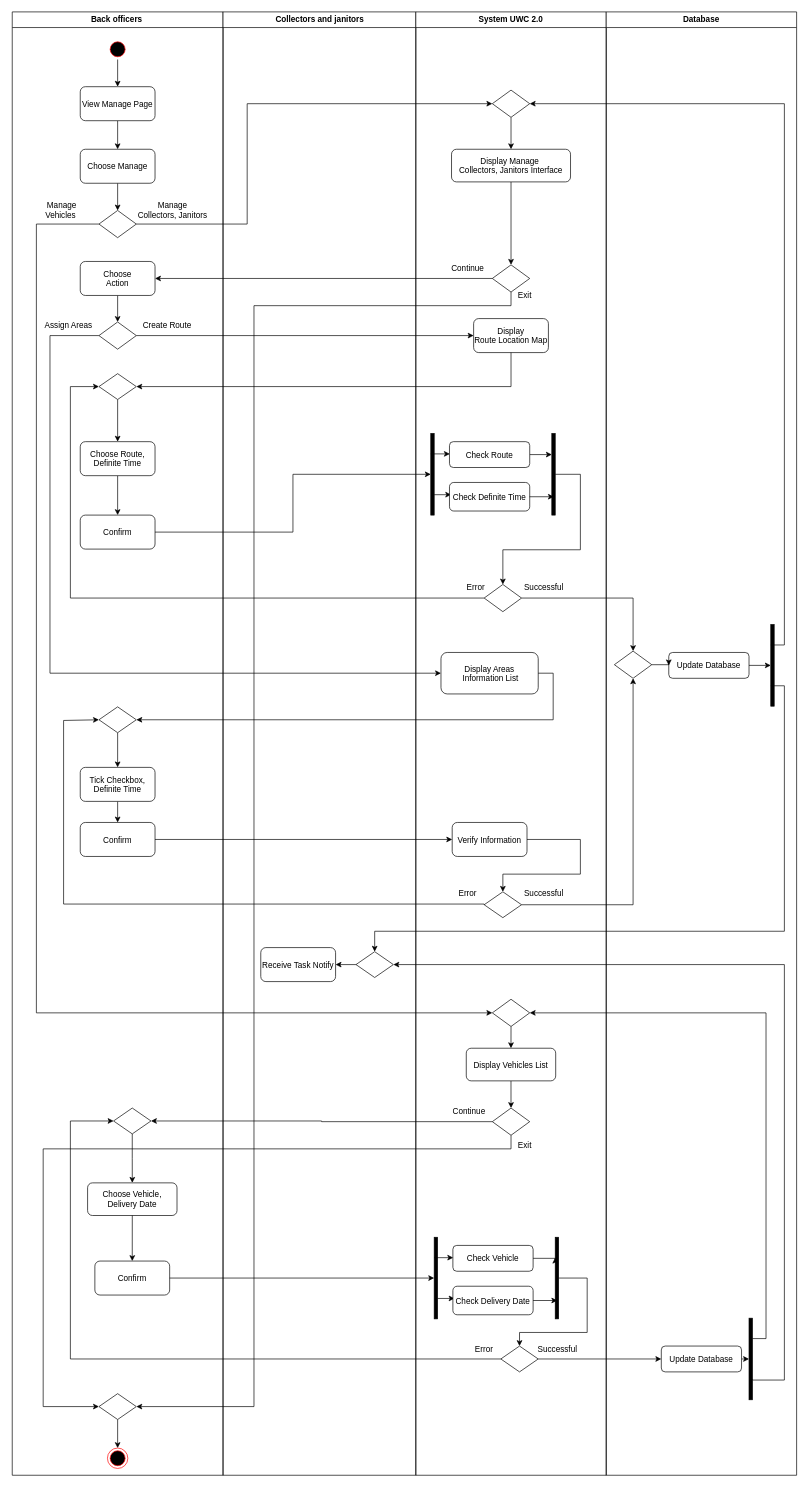
The draw.io diagram Task 2/2.1/Activity-Diagram-Task-Assignment.drawio in astr0tas/SE-with-Da-Bois---UWC-2.0, before the edit. Source tidied: cells renumbered, new cells numbered last; positions are measured from the earlier drawing's top-left corner, leaving out a move shared by most shapes. Both pictures are drawn from the tidied source at 68%, with x=0, y=0 at pixel (12, 12).
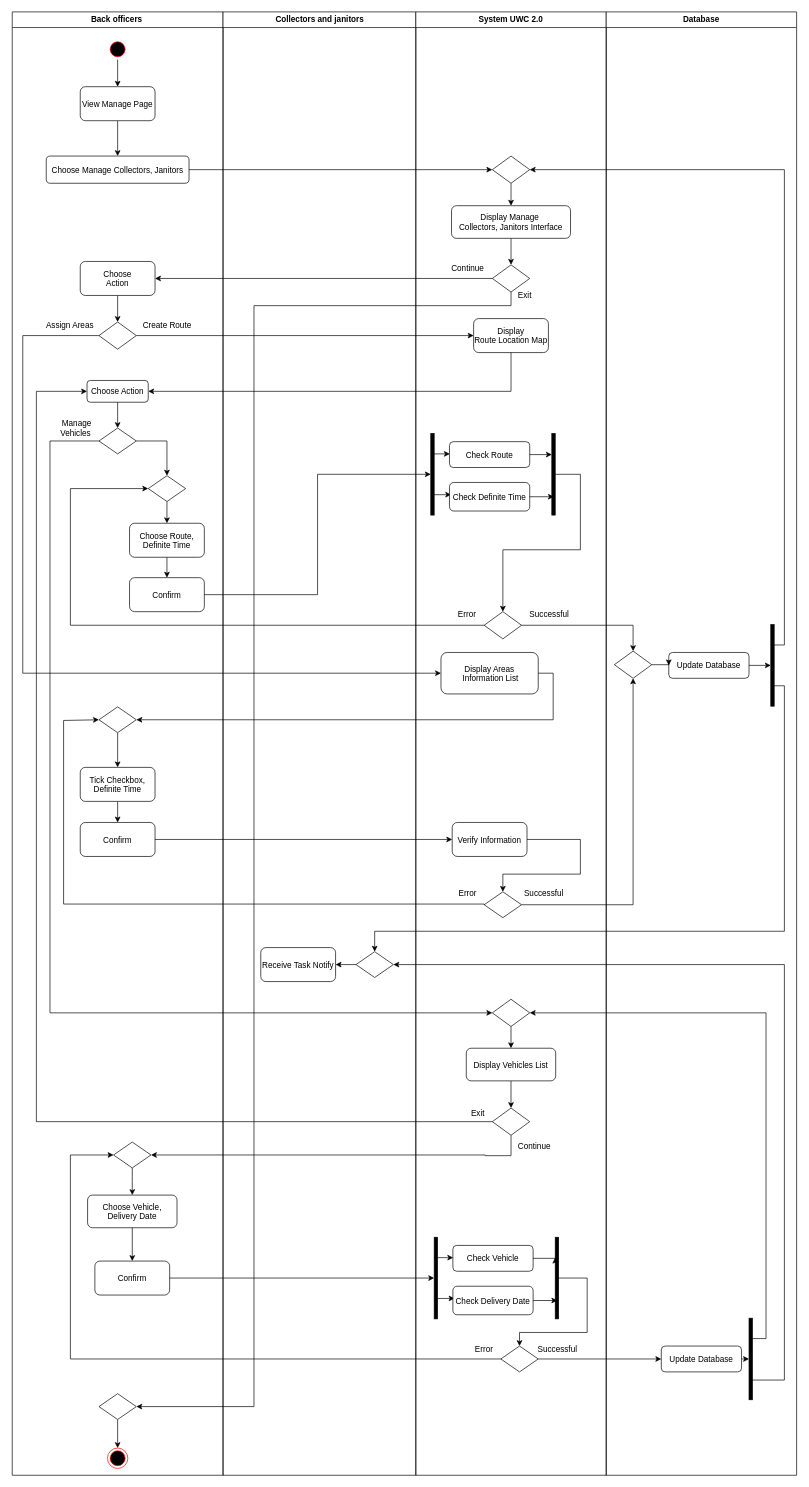
The same page after the edit.

The change refers to these unchanged cells:
```xml
<mxCell id="2" value="Back officers " style="swimlane;whiteSpace=wrap;" parent="1" vertex="1">
  <mxGeometry x="0.5" width="310" height="2152" as="geometry" />
</mxCell>
<mxCell id="9" style="rhombus;" parent="2" vertex="1">
  <mxGeometry x="127.5" y="456" width="55" height="40" as="geometry" />
</mxCell>
<mxCell id="32" style="rhombus;" parent="2" vertex="1">
  <mxGeometry x="127.5" y="2032" width="55" height="38" as="geometry" />
</mxCell>
<mxCell id="39" value="System UWC 2.0" style="swimlane;whiteSpace=wrap;startSize=23;" parent="1" vertex="1">
  <mxGeometry x="594" width="280" height="2152" as="geometry" />
</mxCell>
<mxCell id="44" value="Display &#10;Route Location Map" style="rounded=1;" parent="39" vertex="1">
  <mxGeometry x="85" y="451" width="110" height="50" as="geometry" />
</mxCell>
<mxCell id="58" value="Display Areas&#10; Information List" style="rounded=1;" parent="39" vertex="1">
  <mxGeometry x="37" y="942" width="143" height="61" as="geometry" />
</mxCell>
<mxCell id="64" style="rhombus;" parent="39" vertex="1">
  <mxGeometry x="112.5" y="1452" width="55" height="40" as="geometry" />
</mxCell>
<mxCell id="66" style="rhombus;" parent="39" vertex="1">
  <mxGeometry x="112.5" y="1612" width="55" height="40" as="geometry" />
</mxCell>
<mxCell id="80" style="rhombus;" parent="39" vertex="1">
  <mxGeometry x="125" y="1962" width="55" height="38" as="geometry" />
</mxCell>
<mxCell id="96" style="whiteSpace=wrap;strokeColor=#000000;fillColor=#000000;" parent="91" vertex="1">
  <mxGeometry x="242" y="901" width="5" height="120" as="geometry" />
</mxCell>
```

Diff of the diagram source:
```diff
@@
     <mxCell id="11" value="Choose Route, &#10;Definite Time" style="rounded=1;" parent="2" vertex="1">
-      <mxGeometry x="100" y="632" width="110" height="50" as="geometry" />
+      <mxGeometry x="172.5" y="752" width="110" height="50" as="geometry" />
     </mxCell>
     <mxCell id="12" value="Assign Areas" style="text;html=1;align=center;verticalAlign=middle;strokeColor=none;fillColor=none;" parent="2" vertex="1">
-      <mxGeometry x="37.5" y="447" width="90" height="30" as="geometry" />
+      <mxGeometry x="39" y="447" width="90" height="30" as="geometry" />
     </mxCell>
@@
     <mxCell id="14" style="rhombus;" parent="2" vertex="1">
-      <mxGeometry x="127.5" y="532" width="55" height="38" as="geometry" />
+      <mxGeometry x="200" y="682" width="55" height="38" as="geometry" />
     </mxCell>
@@
     <mxCell id="21" value="Confirm" style="rounded=1;" parent="2" vertex="1">
-      <mxGeometry x="100" y="740" width="110" height="50" as="geometry" />
+      <mxGeometry x="172.5" y="832" width="110" height="50" as="geometry" />
     </mxCell>
-    <mxCell id="22" style="rhombus;" parent="2" vertex="1">
-      <mxGeometry x="127.5" y="292" width="55" height="40" as="geometry" />
-    </mxCell>
-    <mxCell id="23" style="edgeStyle=orthogonalEdgeStyle;rounded=0;jettySize=auto;html=1;exitX=0.5;exitY=1;exitDx=0;exitDy=0;entryX=0.5;entryY=0;entryDx=0;entryDy=0;" parent="2" edge="1" source="24" target="22">
-      <mxGeometry relative="1" as="geometry" />
-    </mxCell>
-    <mxCell id="24" value="Choose Manage" style="fontStyle=0;rounded=1;strokeColor=#000000;fillColor=#FFFFFF;" parent="2" vertex="1">
-      <mxGeometry x="100" y="202" width="110" height="50" as="geometry" />
+    <mxCell id="24" value="Choose Manage Collectors, Janitors" style="fontStyle=0;rounded=1;strokeColor=#000000;fillColor=#FFFFFF;align=center;" parent="2" vertex="1">
+      <mxGeometry x="50" y="212" width="210" height="40" as="geometry" />
     </mxCell>
-    <mxCell id="25" value="Manage &lt;br&gt;Collectors, Janitors" style="text;html=1;align=center;verticalAlign=middle;strokeColor=none;fillColor=none;" parent="2" vertex="1">
-      <mxGeometry x="170" y="272" width="130" height="40" as="geometry" />
-    </mxCell>
     <mxCell id="26" value="&amp;nbsp;Manage&amp;nbsp;&lt;br style=&quot;padding: 0px; margin: 0px;&quot;&gt;Vehicles&amp;nbsp;" style="text;html=1;align=center;verticalAlign=middle;strokeColor=none;fillColor=none;" parent="2" vertex="1">
-      <mxGeometry x="37.5" y="272" width="70" height="40" as="geometry" />
+      <mxGeometry x="59" y="592" width="70" height="40" as="geometry" />
     </mxCell>
@@
     <mxCell id="28" style="rhombus;" parent="2" vertex="1">
-      <mxGeometry x="149" y="1612" width="55" height="38" as="geometry" />
+      <mxGeometry x="149" y="1662" width="55" height="38" as="geometry" />
     </mxCell>
     <mxCell id="29" value="Choose Vehicle, &#10;Delivery Date" style="rounded=1;strokeColor=#000000;fillColor=#FFFFFF;" parent="2" vertex="1">
-      <mxGeometry x="110.8" y="1722" width="131.5" height="48" as="geometry" />
+      <mxGeometry x="110.8" y="1740" width="131.5" height="48" as="geometry" />
     </mxCell>
@@
+    <mxCell id="123" value="Choose Action" style="rounded=1;" parent="2" vertex="1">
+      <mxGeometry x="110" y="542" width="90" height="32" as="geometry" />
+    </mxCell>
+    <mxCell id="124" style="rhombus;" parent="2" vertex="1">
+      <mxGeometry x="127.5" y="612" width="55" height="38" as="geometry" />
+    </mxCell>
+    <mxCell id="125" style="edgeStyle=orthogonalEdgeStyle;rounded=0;jettySize=auto;html=1;exitX=0.5;exitY=1;exitDx=0;exitDy=0;entryX=0.5;entryY=0;entryDx=0;entryDy=0;" parent="2" edge="1" source="123" target="124">
+      <mxGeometry relative="1" as="geometry" />
+    </mxCell>
+    <mxCell id="126" style="edgeStyle=orthogonalEdgeStyle;rounded=0;jettySize=auto;html=1;exitX=1;exitY=0.5;exitDx=0;exitDy=0;entryX=0.5;entryY=0;entryDx=0;entryDy=0;" parent="2" edge="1" source="124" target="14">
+      <mxGeometry relative="1" as="geometry">
+        <Array as="points">
+          <mxPoint x="228" y="631" />
+        </Array>
+      </mxGeometry>
+    </mxCell>
@@
     <mxCell id="41" style="rhombus;" parent="39" vertex="1">
-      <mxGeometry x="112.5" y="115" width="55" height="40" as="geometry" />
+      <mxGeometry x="112.5" y="212" width="55" height="40" as="geometry" />
     </mxCell>
@@
     <mxCell id="45" style="rhombus;" parent="39" vertex="1">
-      <mxGeometry x="100.5" y="842" width="55" height="40" as="geometry" />
+      <mxGeometry x="100.5" y="882" width="55" height="40" as="geometry" />
     </mxCell>
@@
     <mxCell id="81" value="Successful" style="text;html=1;align=center;verticalAlign=middle;strokeColor=none;fillColor=none;" parent="39" vertex="1">
-      <mxGeometry x="147.5" y="832" width="80" height="30" as="geometry" />
+      <mxGeometry x="155.5" y="872" width="80" height="30" as="geometry" />
     </mxCell>
     <mxCell id="82" value="Error" style="text;html=1;align=center;verticalAlign=middle;strokeColor=none;fillColor=none;" parent="39" vertex="1">
-      <mxGeometry x="62.5" y="832" width="50" height="30" as="geometry" />
+      <mxGeometry x="49.5" y="872" width="50" height="30" as="geometry" />
     </mxCell>
@@
     <mxCell id="85" value="Display Manage &#10;Collectors, Janitors Interface" style="rounded=1;" parent="39" vertex="1">
-      <mxGeometry x="52.5" y="202" width="175" height="48" as="geometry" />
+      <mxGeometry x="52.5" y="285" width="175" height="48" as="geometry" />
     </mxCell>
@@
     <mxCell id="89" value="Continue" style="text;html=1;align=center;verticalAlign=middle;strokeColor=none;fillColor=none;" parent="39" vertex="1">
-      <mxGeometry x="42.5" y="1602" width="70" height="30" as="geometry" />
+      <mxGeometry x="139" y="1654" width="70" height="30" as="geometry" />
     </mxCell>
     <mxCell id="90" value="Exit" style="text;html=1;align=center;verticalAlign=middle;strokeColor=none;fillColor=none;" parent="39" vertex="1">
-      <mxGeometry x="140" y="1652" width="40" height="30" as="geometry" />
+      <mxGeometry x="70.5" y="1605" width="40" height="30" as="geometry" />
     </mxCell>
@@
-    <mxCell id="102" style="edgeStyle=orthogonalEdgeStyle;rounded=0;jettySize=auto;html=1;exitX=0.5;exitY=1;exitDx=0;exitDy=0;entryX=1;entryY=0.5;entryDx=0;entryDy=0;" parent="1" edge="1" source="44" target="14">
+    <mxCell id="102" style="edgeStyle=orthogonalEdgeStyle;rounded=0;jettySize=auto;html=1;exitX=0.5;exitY=1;exitDx=0;exitDy=0;entryX=1;entryY=0.5;entryDx=0;entryDy=0;" parent="1" edge="1" source="44" target="123">
       <mxGeometry relative="1" as="geometry" />
     </mxCell>
     <mxCell id="103" style="edgeStyle=orthogonalEdgeStyle;rounded=0;jettySize=auto;html=1;exitX=0;exitY=0.5;exitDx=0;exitDy=0;entryX=0;entryY=0.5;entryDx=0;entryDy=0;" parent="1" edge="1" source="45" target="14">
       <mxGeometry relative="1" as="geometry">
         <Array as="points">
-          <mxPoint x="86" y="862" />
-          <mxPoint x="86" y="551" />
+          <mxPoint x="86" y="902" />
+          <mxPoint x="86" y="701" />
         </Array>
       </mxGeometry>
     </mxCell>
-    <mxCell id="104" style="edgeStyle=orthogonalEdgeStyle;rounded=0;jettySize=auto;html=1;exitX=0;exitY=0.5;exitDx=0;exitDy=0;entryX=0;entryY=0.5;entryDx=0;entryDy=0;" parent="1" edge="1" source="9" target="58">
+    <mxCell id="104" style="edgeStyle=orthogonalEdgeStyle;rounded=0;jettySize=auto;html=1;entryX=0;entryY=0.5;entryDx=0;entryDy=0;exitX=0;exitY=0.5;exitDx=0;exitDy=0;" parent="1" edge="1" source="9" target="58">
       <mxGeometry relative="1" as="geometry">
         <Array as="points">
-          <mxPoint x="56" y="476" />
-          <mxPoint x="56" y="973" />
+          <mxPoint x="16" y="476" />
+          <mxPoint x="16" y="972" />
         </Array>
       </mxGeometry>
     </mxCell>
@@
     <mxCell id="111" style="edgeStyle=orthogonalEdgeStyle;rounded=0;jettySize=auto;html=1;exitX=0;exitY=0.25;exitDx=0;exitDy=0;entryX=1;entryY=0.5;entryDx=0;entryDy=0;" parent="1" edge="1" source="96" target="41">
       <mxGeometry relative="1" as="geometry">
         <Array as="points">
           <mxPoint x="1136" y="931" />
-          <mxPoint x="1136" y="135" />
+          <mxPoint x="1136" y="232" />
         </Array>
       </mxGeometry>
     </mxCell>
-    <mxCell id="112" style="edgeStyle=orthogonalEdgeStyle;rounded=0;jettySize=auto;html=1;exitX=1;exitY=0.5;exitDx=0;exitDy=0;entryX=0;entryY=0.5;entryDx=0;entryDy=0;" parent="1" edge="1" source="22" target="41">
+    <mxCell id="112" style="edgeStyle=orthogonalEdgeStyle;rounded=0;jettySize=auto;html=1;entryX=0;entryY=0.5;entryDx=0;entryDy=0;exitX=1;exitY=0.5;exitDx=0;exitDy=0;" parent="1" edge="1" source="24" target="41">
       <mxGeometry relative="1" as="geometry">
         <Array as="points">
-          <mxPoint x="346" y="312" />
-          <mxPoint x="346" y="135" />
+          <mxPoint x="706" y="232" />
         </Array>
       </mxGeometry>
     </mxCell>
-    <mxCell id="113" style="edgeStyle=orthogonalEdgeStyle;rounded=0;jettySize=auto;html=1;exitX=0;exitY=0.5;exitDx=0;exitDy=0;entryX=0;entryY=0.5;entryDx=0;entryDy=0;" parent="1" edge="1" source="22" target="64">
+    <mxCell id="113" style="edgeStyle=orthogonalEdgeStyle;rounded=0;jettySize=auto;html=1;entryX=0;entryY=0.5;entryDx=0;entryDy=0;exitX=0;exitY=0.5;exitDx=0;exitDy=0;" parent="1" edge="1" source="124" target="64">
       <mxGeometry relative="1" as="geometry">
         <Array as="points">
-          <mxPoint x="36" y="312" />
-          <mxPoint x="36" y="1472" />
+          <mxPoint x="56" y="631" />
+          <mxPoint x="56" y="1472" />
         </Array>
       </mxGeometry>
     </mxCell>
@@
     <mxCell id="115" style="edgeStyle=orthogonalEdgeStyle;rounded=0;jettySize=auto;html=1;exitX=0;exitY=0.5;exitDx=0;exitDy=0;entryX=0;entryY=0.5;entryDx=0;entryDy=0;" parent="1" edge="1" source="80" target="28">
       <mxGeometry relative="1" as="geometry">
         <Array as="points">
           <mxPoint x="86" y="1981" />
-          <mxPoint x="86" y="1631" />
+          <mxPoint x="86" y="1681" />
         </Array>
       </mxGeometry>
     </mxCell>
@@
-    <mxCell id="120" style="edgeStyle=orthogonalEdgeStyle;rounded=0;jettySize=auto;html=1;exitX=0.5;exitY=1;exitDx=0;exitDy=0;entryX=0;entryY=0.5;entryDx=0;entryDy=0;" parent="1" edge="1" source="66" target="32">
+    <mxCell id="120" style="edgeStyle=orthogonalEdgeStyle;rounded=0;jettySize=auto;html=1;exitX=0;exitY=0.5;exitDx=0;exitDy=0;entryX=0;entryY=0.5;entryDx=0;entryDy=0;" parent="1" edge="1" source="66" target="123">
       <mxGeometry relative="1" as="geometry">
         <Array as="points">
-          <mxPoint x="734" y="1672" />
-          <mxPoint x="46" y="1672" />
-          <mxPoint x="46" y="2051" />
+          <mxPoint x="36" y="1632" />
+          <mxPoint x="36" y="558" />
         </Array>
       </mxGeometry>
     </mxCell>
@@
-    <mxCell id="122" style="edgeStyle=orthogonalEdgeStyle;rounded=0;jettySize=auto;html=1;entryX=1;entryY=0.5;entryDx=0;entryDy=0;exitX=0;exitY=0.5;exitDx=0;exitDy=0;" parent="1" edge="1" source="66" target="28">
-      <mxGeometry relative="1" as="geometry" />
+    <mxCell id="122" style="edgeStyle=orthogonalEdgeStyle;rounded=0;jettySize=auto;html=1;entryX=1;entryY=0.5;entryDx=0;entryDy=0;exitX=0.5;exitY=1;exitDx=0;exitDy=0;" parent="1" edge="1" source="66" target="28">
+      <mxGeometry relative="1" as="geometry">
+        <Array as="points">
+          <mxPoint x="734" y="1682" />
+          <mxPoint x="696" y="1682" />
+        </Array>
+      </mxGeometry>
     </mxCell>
```
